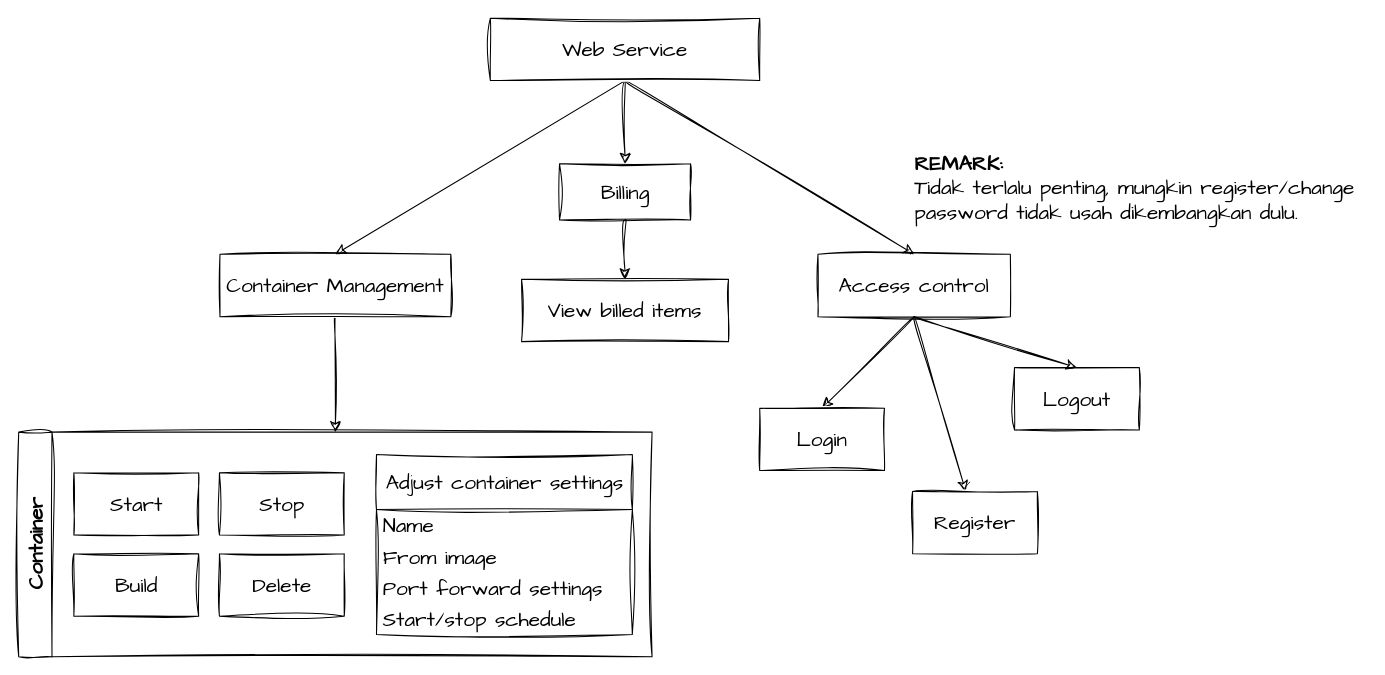
This is page "website" (3 of 3) of docs/caas-diagram.drawio from lc-at/dockurr, a draw.io file, before an edit. Source tidied: cells renumbered, new cells numbered last; positions are measured from the earlier drawing's top-left corner, leaving out a move shared by most shapes. Both pictures are drawn from the tidied source at 104%, with x=0, y=0 at pixel (19, 18).
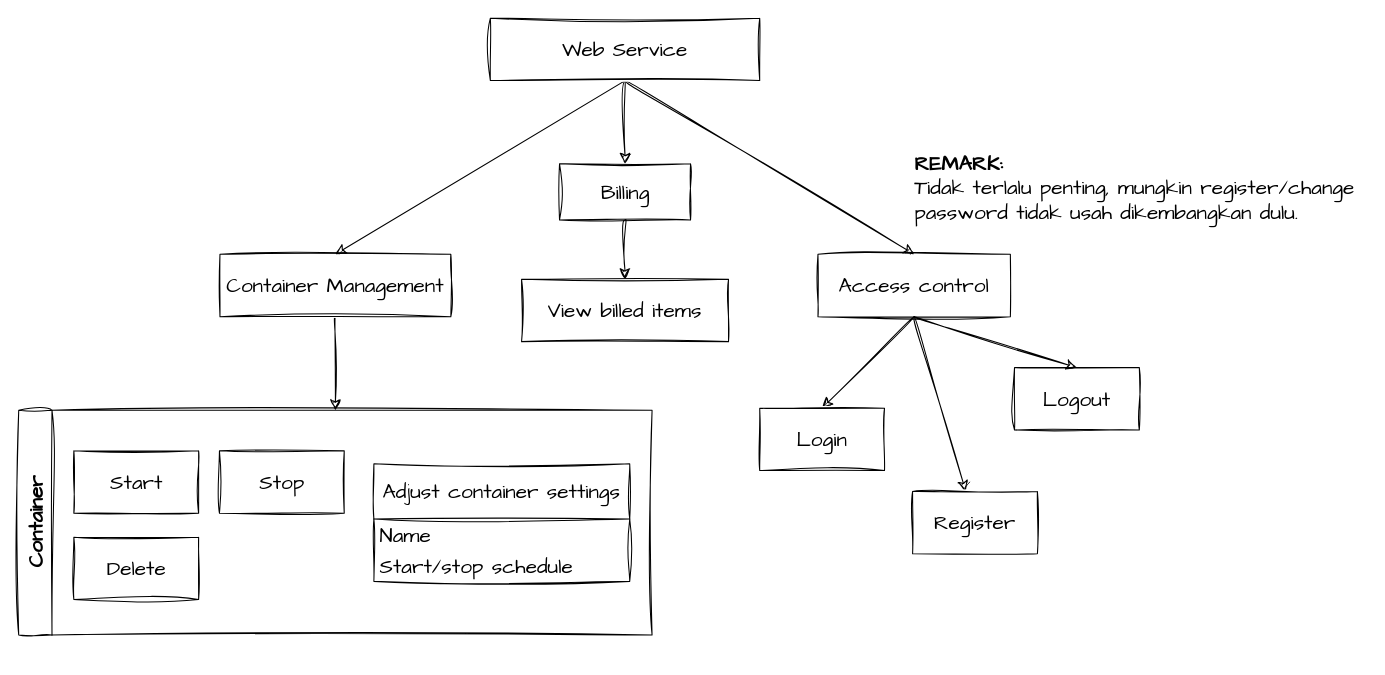
After the change.

What changed in the source:
```diff
@@
     <mxCell id="2" value="Container" style="swimlane;horizontal=0;whiteSpace=wrap;html=1;sketch=1;hachureGap=4;jiggle=2;curveFitting=1;fontFamily=Architects Daughter;fontSize=20;startSize=32;" parent="1" vertex="1">
-      <mxGeometry x="-0.5" y="398" width="609" height="216" as="geometry" />
+      <mxGeometry x="-0.5" y="377" width="609" height="216" as="geometry" />
     </mxCell>
     <mxCell id="3" value="Adjust container settings" style="swimlane;fontStyle=0;horizontal=1;startSize=53;whiteSpace=wrap;html=1;sketch=1;hachureGap=4;jiggle=2;curveFitting=1;fontFamily=Architects Daughter;fontSize=20;" parent="2" vertex="1">
-      <mxGeometry x="344" y="21.5" width="246" height="173" as="geometry" />
+      <mxGeometry x="341.5" y="51.5" width="246" height="113" as="geometry" />
     </mxCell>
@@
-    <mxCell id="5" value="From image" style="text;strokeColor=none;fillColor=none;align=left;verticalAlign=middle;spacingLeft=4;spacingRight=4;overflow=hidden;whiteSpace=wrap;html=1;fontSize=20;fontFamily=Architects Daughter;" parent="3" vertex="1">
-      <mxGeometry y="83" width="246" height="30" as="geometry" />
-    </mxCell>
-    <mxCell id="6" value="Port forward settings" style="text;strokeColor=none;fillColor=none;align=left;verticalAlign=middle;spacingLeft=4;spacingRight=4;overflow=hidden;whiteSpace=wrap;html=1;fontSize=20;fontFamily=Architects Daughter;" parent="3" vertex="1">
-      <mxGeometry y="113" width="246" height="30" as="geometry" />
-    </mxCell>
     <mxCell id="7" value="Start/stop schedule" style="text;strokeColor=none;fillColor=none;align=left;verticalAlign=middle;spacingLeft=4;spacingRight=4;overflow=hidden;whiteSpace=wrap;html=1;fontSize=20;fontFamily=Architects Daughter;" parent="3" vertex="1">
-      <mxGeometry y="143" width="246" height="30" as="geometry" />
+      <mxGeometry y="83" width="246" height="30" as="geometry" />
     </mxCell>
@@
-    <mxCell id="11" value="Build" style="rounded=0;whiteSpace=wrap;html=1;sketch=1;hachureGap=4;jiggle=2;curveFitting=1;fontFamily=Architects Daughter;fontSize=20;" parent="2" vertex="1">
-      <mxGeometry x="53" y="117" width="120" height="60" as="geometry" />
-    </mxCell>
     <mxCell id="12" value="Delete" style="rounded=0;whiteSpace=wrap;html=1;sketch=1;hachureGap=4;jiggle=2;curveFitting=1;fontFamily=Architects Daughter;fontSize=20;" parent="2" vertex="1">
-      <mxGeometry x="193" y="117" width="120" height="60" as="geometry" />
+      <mxGeometry x="53" y="122" width="120" height="60" as="geometry" />
     </mxCell>
```
